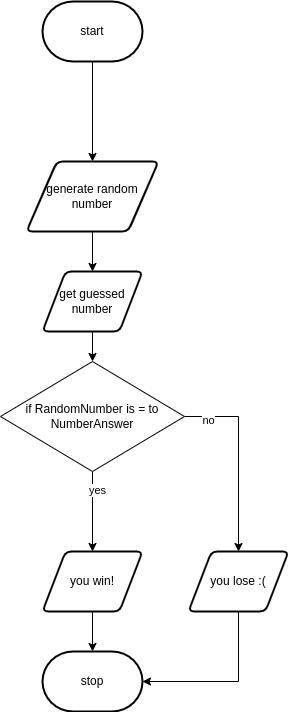
Before: flow.png, a diagram exported from draw.io (devin-jhu/ICS3U-Unit3-06-Python). Source tidied: cells renumbered, new cells last; positions are measured from the earlier drawing's top-left corner, leaving out a move shared by most shapes.
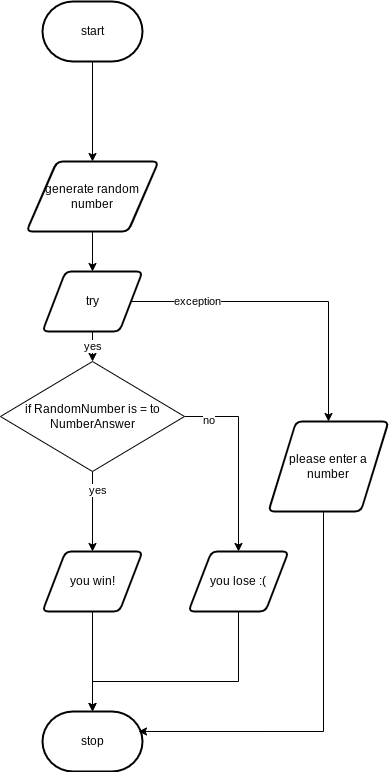
The same file after the commit.

The edit, as a diff of the source:
```diff
@@ -8,10 +8,16 @@
     <mxCell id="3" value="start" style="strokeWidth=2;html=1;shape=mxgraph.flowchart.terminator;whiteSpace=wrap;" parent="1" vertex="1">
       <mxGeometry x="42" width="100" height="60" as="geometry" />
     </mxCell>
-    <mxCell id="4" style="edgeStyle=none;html=1;exitX=0.5;exitY=1;exitDx=0;exitDy=0;entryX=0.5;entryY=0;entryDx=0;entryDy=0;" parent="1" edge="1" source="5" target="15">
+    <mxCell id="4" value="yes" style="edgeStyle=none;html=1;exitX=0.5;exitY=1;exitDx=0;exitDy=0;entryX=0.5;entryY=0;entryDx=0;entryDy=0;" parent="1" edge="1" source="5" target="15">
       <mxGeometry relative="1" as="geometry" />
     </mxCell>
+    <mxCell id="18" style="edgeStyle=orthogonalEdgeStyle;html=1;exitX=1;exitY=0.5;exitDx=0;exitDy=0;entryX=0.5;entryY=0;entryDx=0;entryDy=0;rounded=0;" parent="1" edge="1" source="5" target="21">
+      <mxGeometry relative="1" as="geometry" />
+    </mxCell>
+    <mxCell id="19" value="exception" style="edgeLabel;html=1;align=center;verticalAlign=middle;" parent="18" vertex="1">
+      <mxGeometry x="-0.58" y="1" relative="1" as="geometry" />
+    </mxCell>
-    <mxCell id="5" value="get guessed number" style="shape=parallelogram;html=1;strokeWidth=2;perimeter=parallelogramPerimeter;whiteSpace=wrap;rounded=1;arcSize=12;size=0.23;" parent="1" vertex="1">
+    <mxCell id="5" value="try" style="shape=parallelogram;html=1;strokeWidth=2;perimeter=parallelogramPerimeter;whiteSpace=wrap;rounded=1;arcSize=12;size=0.23;" parent="1" vertex="1">
       <mxGeometry x="42" y="270" width="100" height="60" as="geometry" />
     </mxCell>
     <mxCell id="6" style="edgeStyle=none;html=1;exitX=0.5;exitY=1;exitDx=0;exitDy=0;entryX=0.5;entryY=0;entryDx=0;entryDy=0;" parent="1" edge="1" source="15" target="11">
@@ -33,12 +39,13 @@
       <mxGeometry x="42" y="550" width="100" height="60" as="geometry" />
     </mxCell>
     <mxCell id="12" value="stop" style="strokeWidth=2;html=1;shape=mxgraph.flowchart.terminator;whiteSpace=wrap;" parent="1" vertex="1">
-      <mxGeometry x="42" y="650" width="100" height="60" as="geometry" />
+      <mxGeometry x="42" y="710" width="100" height="60" as="geometry" />
     </mxCell>
-    <mxCell id="13" style="edgeStyle=orthogonalEdgeStyle;shape=connector;rounded=0;html=1;exitX=0.5;exitY=1;exitDx=0;exitDy=0;entryX=1;entryY=0.5;entryDx=0;entryDy=0;entryPerimeter=0;labelBackgroundColor=default;fontFamily=Helvetica;fontSize=11;fontColor=default;endArrow=classic;strokeColor=default;" parent="1" edge="1" source="14" target="12">
+    <mxCell id="13" style="edgeStyle=orthogonalEdgeStyle;shape=connector;rounded=0;html=1;exitX=0.5;exitY=1;exitDx=0;exitDy=0;entryX=0.5;entryY=0;entryDx=0;entryDy=0;entryPerimeter=0;labelBackgroundColor=default;fontFamily=Helvetica;fontSize=11;fontColor=default;endArrow=classic;strokeColor=default;" parent="1" edge="1" source="14" target="12">
       <mxGeometry relative="1" as="geometry">
         <Array as="points">
           <mxPoint x="238" y="680" />
+          <mxPoint x="92" y="680" />
         </Array>
       </mxGeometry>
     </mxCell>
@@ -54,5 +61,15 @@
     <mxCell id="17" value="generate random number" style="shape=parallelogram;html=1;strokeWidth=2;perimeter=parallelogramPerimeter;whiteSpace=wrap;rounded=1;arcSize=12;size=0.23;" parent="1" vertex="1">
       <mxGeometry x="26" y="160" width="132" height="70" as="geometry" />
     </mxCell>
+    <mxCell id="20" style="edgeStyle=orthogonalEdgeStyle;rounded=0;html=1;exitX=0.25;exitY=1;exitDx=0;exitDy=0;entryX=0.96;entryY=0.333;entryDx=0;entryDy=0;entryPerimeter=0;" parent="1" edge="1" source="21" target="12">
+      <mxGeometry relative="1" as="geometry">
+        <Array as="points">
+          <mxPoint x="323" y="730" />
+        </Array>
+      </mxGeometry>
+    </mxCell>
+    <mxCell id="21" value="please enter a number" style="shape=parallelogram;html=1;strokeWidth=2;perimeter=parallelogramPerimeter;whiteSpace=wrap;rounded=1;arcSize=12;size=0.23;" parent="1" vertex="1">
+      <mxGeometry x="268" y="420" width="120" height="90" as="geometry" />
+    </mxCell>
   </root>
 </mxGraphModel>
```
